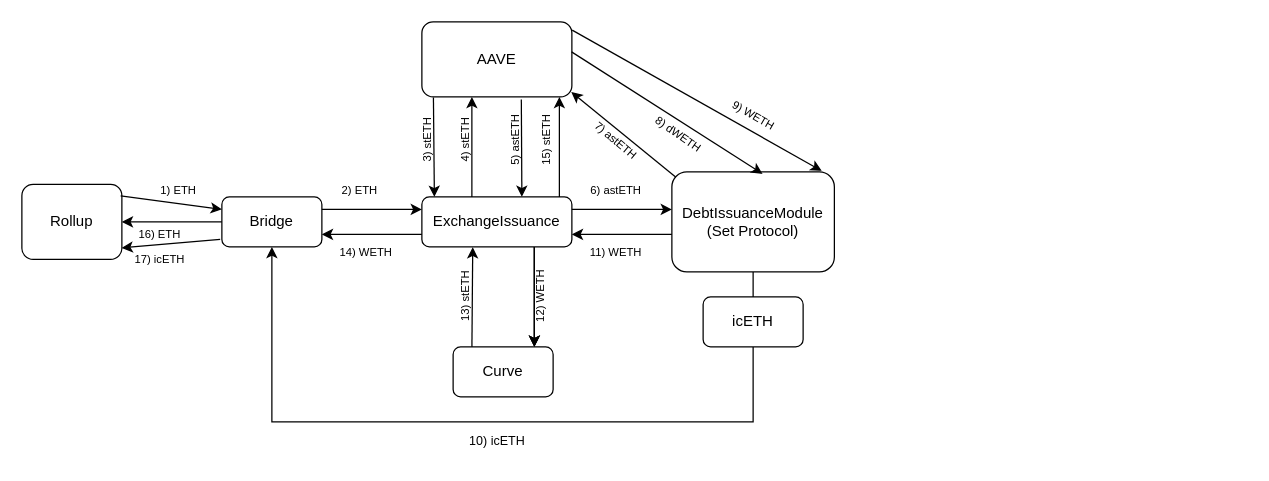
This is page "Issue" (1 of 4) of Issue icETH.drawio from tajobin/Diagrams, a draw.io file, before an edit. Source tidied: cells renumbered, new cells numbered last; positions are measured from the earlier drawing's top-left corner, leaving out a move shared by most shapes. Both pictures are drawn from the tidied source at 125%, with x=0, y=0 at pixel (21, 21).
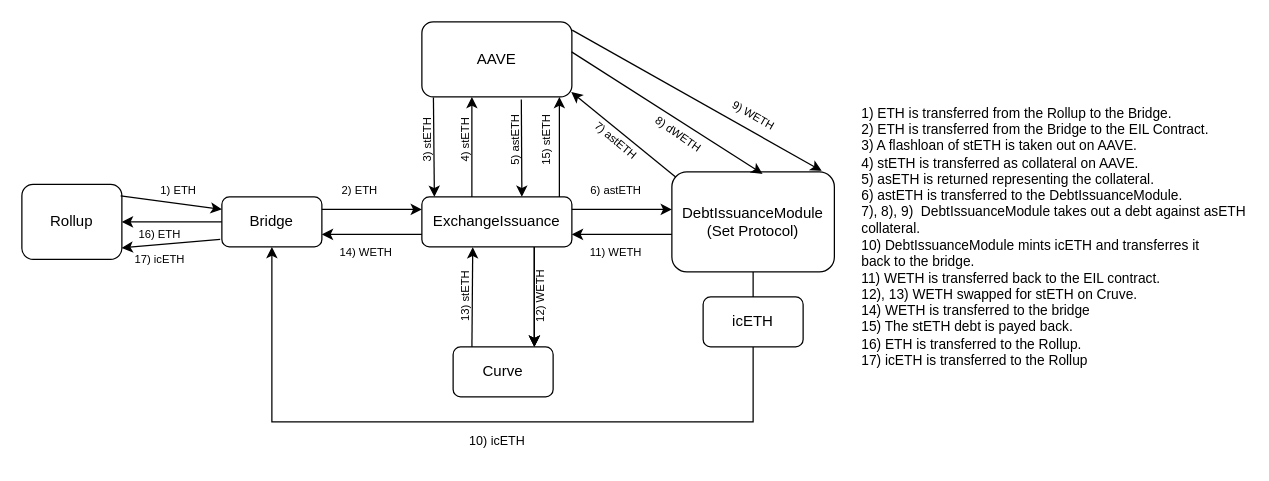
The same page after the edit.

The edit, as a diff of the source:
```diff
@@
+    <mxCell id="47" value="1) ETH is transferred from the Rollup to the Bridge.&lt;br style=&quot;font-size: 11px;&quot;&gt;2) ETH is transferred from the Bridge to the EIL Contract.&lt;br style=&quot;font-size: 11px;&quot;&gt;3) A flashloan of stETH is taken out on AAVE.&lt;br style=&quot;font-size: 11px;&quot;&gt;4) stETH is transferred as collateral on AAVE.&lt;br style=&quot;font-size: 11px;&quot;&gt;5) asETH is returned representing the collateral.&lt;br style=&quot;font-size: 11px;&quot;&gt;6) astETH is transferred to the DebtIssuanceModule.&lt;br style=&quot;font-size: 11px;&quot;&gt;7), 8), 9)&amp;nbsp; DebtIssuanceModule takes out a debt against asETH collateral.&lt;br style=&quot;font-size: 11px;&quot;&gt;10) DebtIssuanceModule mints icETH and transferres it &lt;br style=&quot;font-size: 11px;&quot;&gt;back to the bridge.&lt;br style=&quot;font-size: 11px;&quot;&gt;11) WETH is transferred back to the EIL contract.&lt;br style=&quot;font-size: 11px;&quot;&gt;12), 13) WETH swapped for stETH on Cruve.&lt;br style=&quot;font-size: 11px;&quot;&gt;14) WETH is transferred to the bridge&lt;br style=&quot;font-size: 11px;&quot;&gt;15) The stETH debt is payed back.&lt;br style=&quot;font-size: 11px;&quot;&gt;16) ETH is transferred to the Rollup.&lt;br style=&quot;font-size: 11px;&quot;&gt;17) icETH is transferred to the Rollup" style="text;whiteSpace=wrap;html=1;fontSize=11;" parent="1" vertex="1">
+      <mxGeometry x="670" y="60" width="310" height="220" as="geometry" />
+    </mxCell>
```
